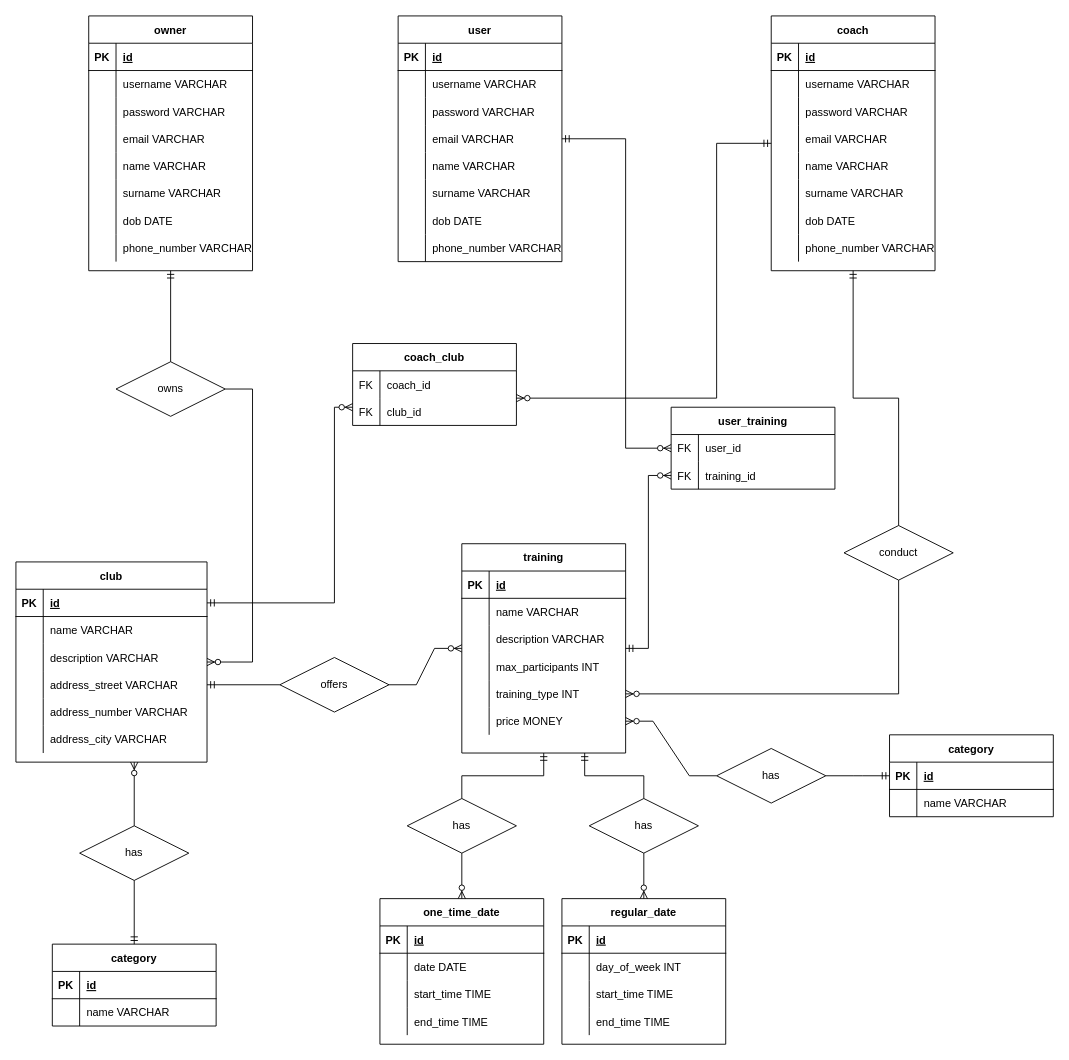
Above: documentation/ERD/ERDdiagram - final version.drawio in piotr-jadczak/ProjektFitness-Spring-Boot-Aplication (draw.io), before the change. Source tidied: cells renumbered, new cells numbered last; positions are measured from the earlier drawing's top-left corner, leaving out a move shared by most shapes. Both pictures are drawn from the tidied source at 91%, with x=0, y=0 at pixel (15, 15).
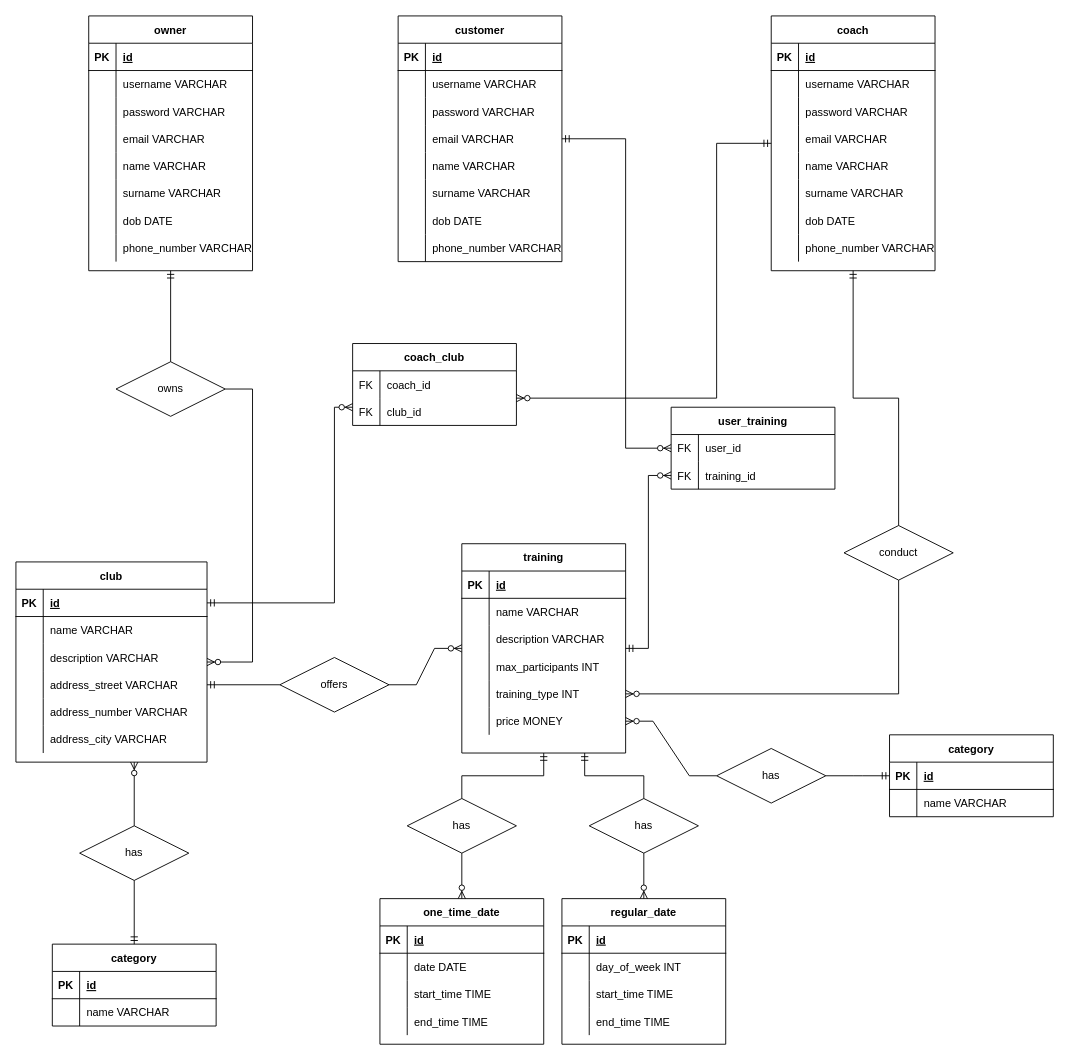
The same page after the edit.

Commit message (it also covers changes not shown here):
fix diagram bug

The edit, as a diff of the source:
```diff
@@
-    <mxCell id="27" value="user" style="shape=table;startSize=30;childLayout=tableLayout;rowLines=0;fontStyle=1;align=center;" parent="1" vertex="1">
+    <mxCell id="27" value="customer" style="shape=table;startSize=30;childLayout=tableLayout;rowLines=0;fontStyle=1;align=center;" parent="1" vertex="1">
       <mxGeometry x="420" width="180" height="270" as="geometry" />
     </mxCell>
```
